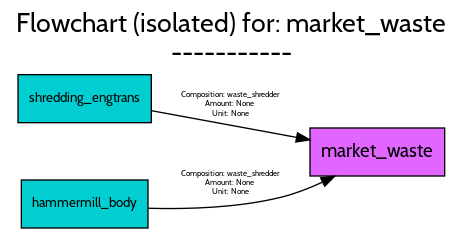
The Graphviz diagram src/examples/ELV/figures/flowcharts/processes/png/market_waste.png in FutuRaM-Project/Recovery-Model, before a commit. Its source is kept beside it as src/examples/ELV/figures/flowcharts/processes/dot/market_waste.dot. The source it was exported from:
```dot
digraph {
	graph [bb="0,0,339,167",
		font=Cabin,
		fontname=Cabin,
		fontsize=20,
		label="Flowchart (isolated) for: market_waste
-----------",
		labeljust=c,
		labelloc=tc,
		lheight=0.61,
		lp="169.5,141",
		lwidth=4.49,
		nodesep=0.6,
		rankdir=LR,
		ranksep=0.6
	];
	node [label="\N"];
	market_waste	[fillcolor=mediumorchid1,
		fontname=Cabin,
		fontsize=14,
		height=0.5,
		pos="279,57",
		shape=box,
		style=filled,
		width=1.4028];
	shredding_engtrans	[fillcolor=darkturquoise,
		fontname=Cabin,
		fontsize=10,
		height=0.5,
		pos="59.5,97",
		shape=box,
		style=filled,
		width=1.3889];
	shredding_engtrans -> market_waste	[color=black,
		fontname=Cabin,
		fontsize=6,
		label="Composition: waste_shredder
Amount: None
Unit: None",
		lp="169,92.5",
		pos="e,228.34,66.132 109.58,87.973 141.85,82.038 184.28,74.236 218.48,67.947"];
	hammermill_body	[fillcolor=darkturquoise,
		fontname=Cabin,
		fontsize=10,
		height=0.5,
		pos="59.5,18",
		shape=box,
		style=filled,
		width=1.3194];
	hammermill_body -> market_waste	[color=black,
		fontname=Cabin,
		fontsize=6,
		label="Composition: waste_shredder
Amount: None
Unit: None",
		lp="169,33.5",
		pos="e,247,38.855 107.19,14.803 136.17,13.991 173.97,15.073 206.5,23 217.02,25.565 227.85,29.773 237.78,34.37"];
}
```
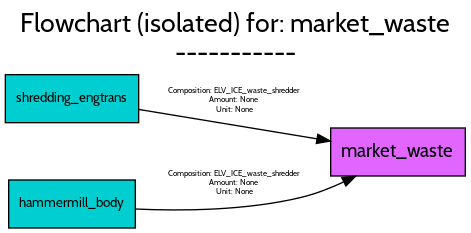
The same diagram one commit later.

The edit, as a diff of the source:
```diff
@@ -1,5 +1,5 @@
 digraph {
-	graph [bb="0,0,339,167",
+	graph [bb="0,0,345,167",
 		font=Cabin,
 		fontname=Cabin,
 		fontsize=20,
@@ -8,7 +8,7 @@
 		labeljust=c,
 		labelloc=tc,
 		lheight=0.61,
-		lp="169.5,141",
+		lp="172.5,141",
 		lwidth=4.49,
 		nodesep=0.6,
 		rankdir=LR,
@@ -19,7 +19,7 @@
 		fontname=Cabin,
 		fontsize=14,
 		height=0.5,
-		pos="279,57",
+		pos="294.5,57",
 		shape=box,
 		style=filled,
 		width=1.4028];
@@ -27,32 +27,32 @@
 		fontname=Cabin,
 		fontsize=10,
 		height=0.5,
-		pos="59.5,97",
+		pos="50,97",
 		shape=box,
 		style=filled,
 		width=1.3889];
 	shredding_engtrans -> market_waste	[color=black,
 		fontname=Cabin,
 		fontsize=6,
-		label="Composition: waste_shredder
+		label="Composition: ELV_ICE_waste_shredder
 Amount: None
 Unit: None",
-		lp="169,92.5",
-		pos="e,228.34,66.132 109.58,87.973 141.85,82.038 184.28,74.236 218.48,67.947"];
+		lp="172,95.5",
+		pos="e,243.67,65.22 100.07,88.905 138.69,82.536 192.65,73.635 233.77,66.852"];
 	hammermill_body	[fillcolor=darkturquoise,
 		fontname=Cabin,
 		fontsize=10,
 		height=0.5,
-		pos="59.5,18",
+		pos="50,18",
 		shape=box,
 		style=filled,
 		width=1.3194];
 	hammermill_body -> market_waste	[color=black,
 		fontname=Cabin,
 		fontsize=6,
-		label="Composition: waste_shredder
+		label="Composition: ELV_ICE_waste_shredder
 Amount: None
 Unit: None",
-		lp="169,33.5",
-		pos="e,247,38.855 107.19,14.803 136.17,13.991 173.97,15.073 206.5,23 217.02,25.565 227.85,29.773 237.78,34.37"];
+		lp="172,33.5",
+		pos="e,262.86,38.998 97.771,14.228 132.53,12.656 180.86,13.081 222,23 232.63,25.563 243.56,29.818 253.58,34.465"];
 }
```
